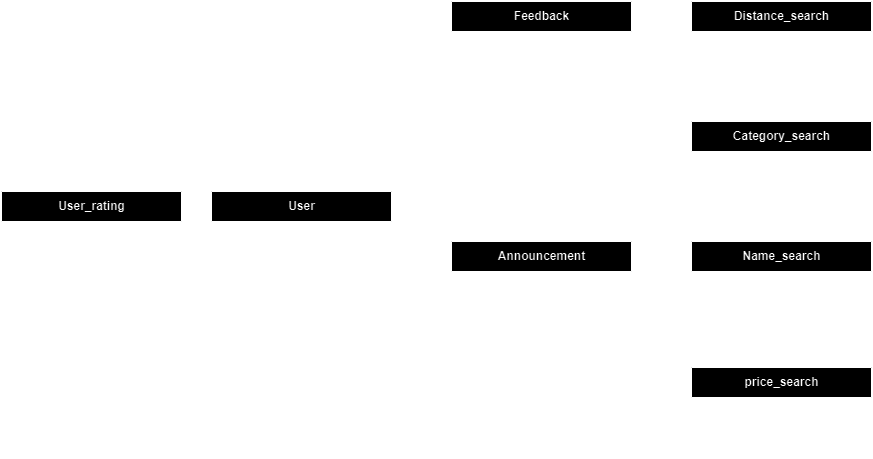
Before: src/avito.drawio.png, a diagram exported from draw.io (Max425/tp-highload-avito). Source tidied: cells renumbered, new cells last; positions are measured from the earlier drawing's top-left corner, leaving out a move shared by most shapes.
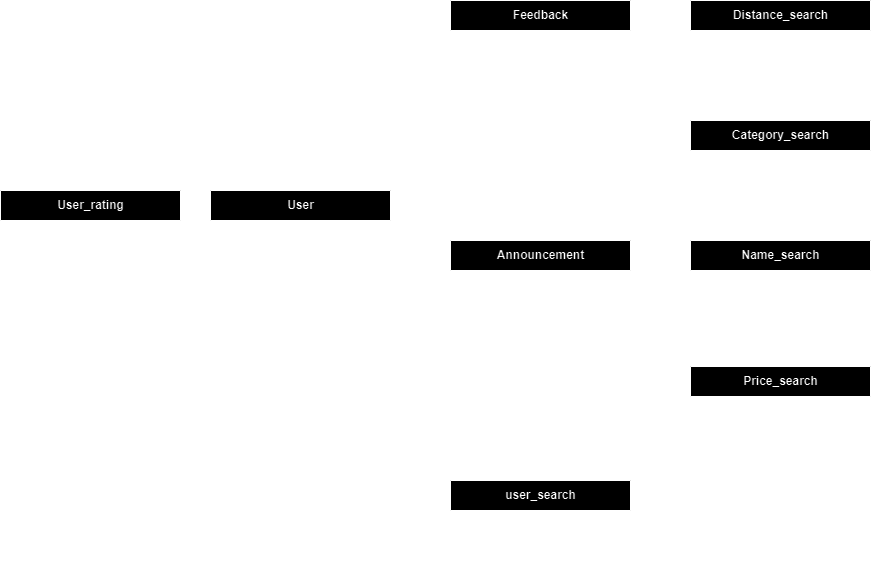
Later version of the same file.

The edit, as a diff of the source:
```diff
@@ -302,7 +302,7 @@
     <mxCell id="96" style="edgeStyle=entityRelationEdgeStyle;fontSize=12;html=1;endArrow=ERmandOne;startArrow=ERmandOne;rounded=0;exitX=0;exitY=0.5;exitDx=0;exitDy=0;" parent="1" edge="1" source="3" target="84">
       <mxGeometry relative="1" as="geometry" />
     </mxCell>
-    <mxCell id="97" value="price_search" style="shape=table;startSize=30;rowLines=0;fontStyle=1;align=center;html=1;" parent="1" vertex="1">
+    <mxCell id="97" value="Price_search" style="shape=table;startSize=30;rowLines=0;fontStyle=1;align=center;html=1;" parent="1" vertex="1">
       <mxGeometry x="690" y="366" width="180" height="90" as="geometry" />
     </mxCell>
     <mxCell id="98" style="shape=tableRow;horizontal=0;startSize=0;swimlaneHead=0;swimlaneBody=0;fillColor=none;points=[[0,0.5],[1,0.5]];portConstraint=eastwest;top=0;left=0;right=0;bottom=0;" parent="97" vertex="1">
@@ -331,5 +331,29 @@
         </Array>
       </mxGeometry>
     </mxCell>
+    <mxCell id="105" value="user_search" style="shape=table;startSize=30;rowLines=0;fontStyle=1;align=center;html=1;" parent="1" vertex="1">
+      <mxGeometry x="450" y="480" width="180" height="90" as="geometry" />
+    </mxCell>
+    <mxCell id="106" style="shape=tableRow;horizontal=0;startSize=0;swimlaneHead=0;swimlaneBody=0;fillColor=none;points=[[0,0.5],[1,0.5]];portConstraint=eastwest;top=0;left=0;right=0;bottom=0;" parent="105" vertex="1">
+      <mxGeometry y="30" width="180" height="30" as="geometry" />
+    </mxCell>
+    <mxCell id="107" value="FK" style="shape=partialRectangle;fillColor=none;top=0;left=0;bottom=0;right=0;overflow=hidden;whiteSpace=wrap;html=1;" parent="106" vertex="1">
+      <mxGeometry width="50" height="30" as="geometry" />
+    </mxCell>
+    <mxCell id="108" value="&lt;span style=&quot;font-weight: 700; text-align: center; text-wrap: nowrap;&quot;&gt;user_id&lt;/span&gt;" style="shape=partialRectangle;fillColor=none;top=0;left=0;bottom=0;right=0;align=left;spacingLeft=6;overflow=hidden;whiteSpace=wrap;html=1;" parent="106" vertex="1">
+      <mxGeometry x="50" width="130" height="30" as="geometry" />
+    </mxCell>
+    <mxCell id="109" style="shape=tableRow;horizontal=0;startSize=0;swimlaneHead=0;swimlaneBody=0;fillColor=none;top=0;left=0;right=0;bottom=0;" parent="105" vertex="1">
+      <mxGeometry y="60" width="180" height="30" as="geometry" />
+    </mxCell>
+    <mxCell id="110" value="text" style="shape=partialRectangle;fillColor=none;top=0;left=0;bottom=0;right=0;overflow=hidden;whiteSpace=wrap;html=1;" parent="109" vertex="1">
+      <mxGeometry width="50" height="30" as="geometry" />
+    </mxCell>
+    <mxCell id="111" value="search_text" style="shape=partialRectangle;fillColor=none;top=0;left=0;bottom=0;right=0;align=left;spacingLeft=6;overflow=hidden;whiteSpace=wrap;html=1;" parent="109" vertex="1">
+      <mxGeometry x="50" width="130" height="30" as="geometry" />
+    </mxCell>
+    <mxCell id="112" style="edgeStyle=entityRelationEdgeStyle;fontSize=12;html=1;endArrow=ERmany;rounded=0;exitX=0;exitY=0.5;exitDx=0;exitDy=0;entryX=1;entryY=0.5;entryDx=0;entryDy=0;" parent="1" edge="1" source="106" target="3">
+      <mxGeometry relative="1" as="geometry" />
+    </mxCell>
   </root>
 </mxGraphModel>
```
